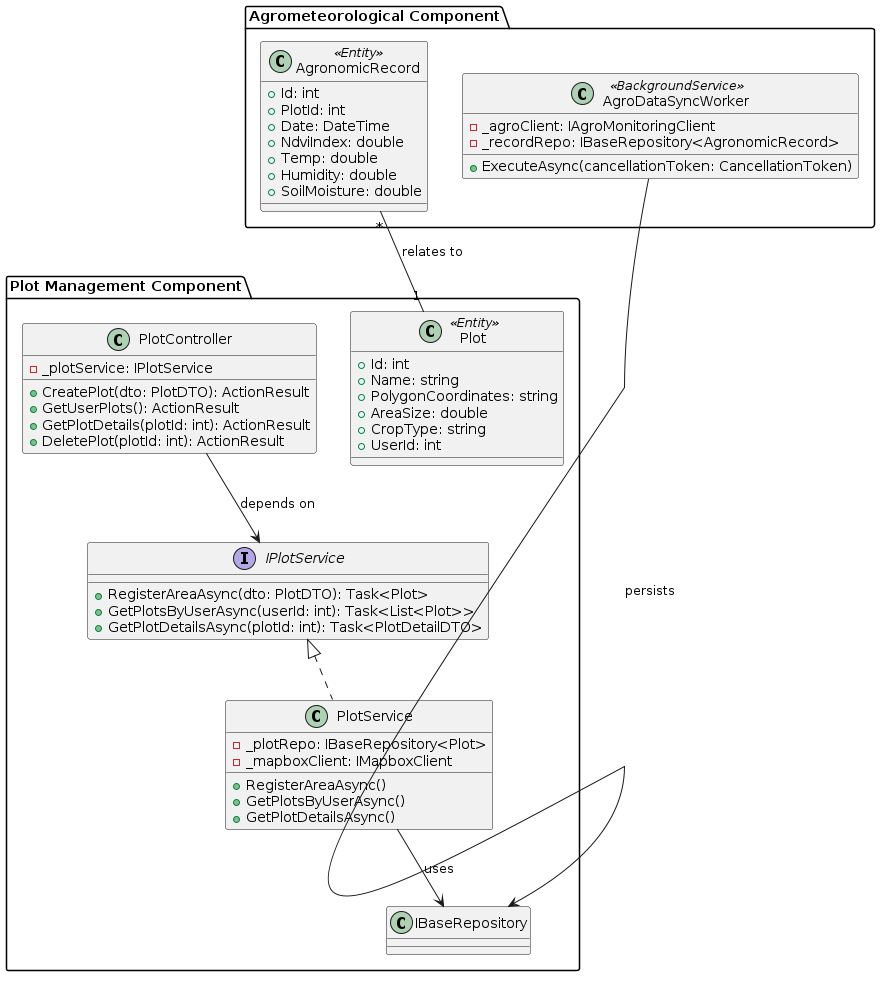
Earlier version of the PlantUML export report/assets/class-diagrams/plot-management-and-agrometeorological-monitoring-components-diagram.png (upc-pre-1asi0730-2610-10215-arcadiadevs/viora-report).
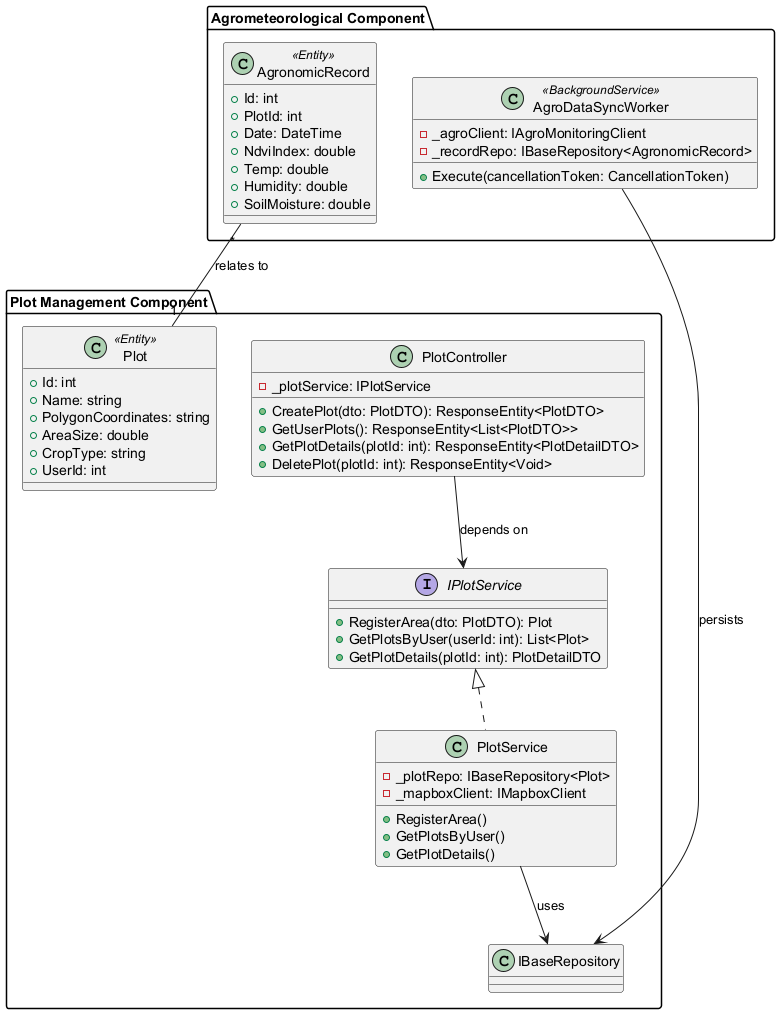
The same diagram one commit later.

Change to the diagram source:
```diff
@@ -2,24 +2,24 @@
 package "Plot Management Component" {
     class PlotController {
         - _plotService: IPlotService
-        + CreatePlot(dto: PlotDTO): ActionResult
-        + GetUserPlots(): ActionResult
-        + GetPlotDetails(plotId: int): ActionResult
-        + DeletePlot(plotId: int): ActionResult
+        + CreatePlot(dto: PlotDTO): ResponseEntity<PlotDTO>
+        + GetUserPlots(): ResponseEntity<List<PlotDTO>>
+        + GetPlotDetails(plotId: int): ResponseEntity<PlotDetailDTO>
+        + DeletePlot(plotId: int): ResponseEntity<Void>
     }
 
     interface IPlotService {
-        + RegisterAreaAsync(dto: PlotDTO): Task<Plot>
-        + GetPlotsByUserAsync(userId: int): Task<List<Plot>>
-        + GetPlotDetailsAsync(plotId: int): Task<PlotDetailDTO>
+        + RegisterArea(dto: PlotDTO): Plot
+        + GetPlotsByUser(userId: int): List<Plot>
+        + GetPlotDetails(plotId: int): PlotDetailDTO
     }
 
     class PlotService {
         - _plotRepo: IBaseRepository<Plot>
         - _mapboxClient: IMapboxClient
-        + RegisterAreaAsync()
-        + GetPlotsByUserAsync()
-        + GetPlotDetailsAsync()
+        + RegisterArea()
+        + GetPlotsByUser()
+        + GetPlotDetails()
     }
 
     class Plot <<Entity>> {
@@ -39,7 +39,7 @@
     class AgroDataSyncWorker <<BackgroundService>> {
         - _agroClient: IAgroMonitoringClient
         - _recordRepo: IBaseRepository<AgronomicRecord>
-        + ExecuteAsync(cancellationToken: CancellationToken)
+        + Execute(cancellationToken: CancellationToken)
     }
 
     class AgronomicRecord <<Entity>> {
```
